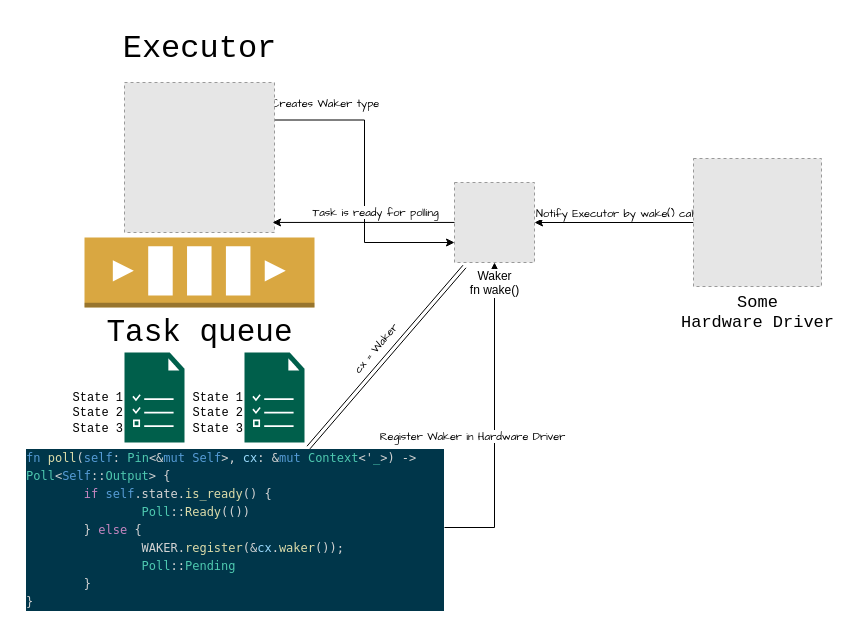
Before: executor.drawio in dimerz-tech/draw.io, a draw.io diagram. Source tidied: cells renumbered, new cells numbered last; positions are measured from the earlier drawing's top-left corner, leaving out a move shared by most shapes. Both pictures are drawn from the tidied source at 100%, with x=0, y=0 at pixel (24, 82). Pictures stored in the file or linked from it are replaced by grey dashed boxes.
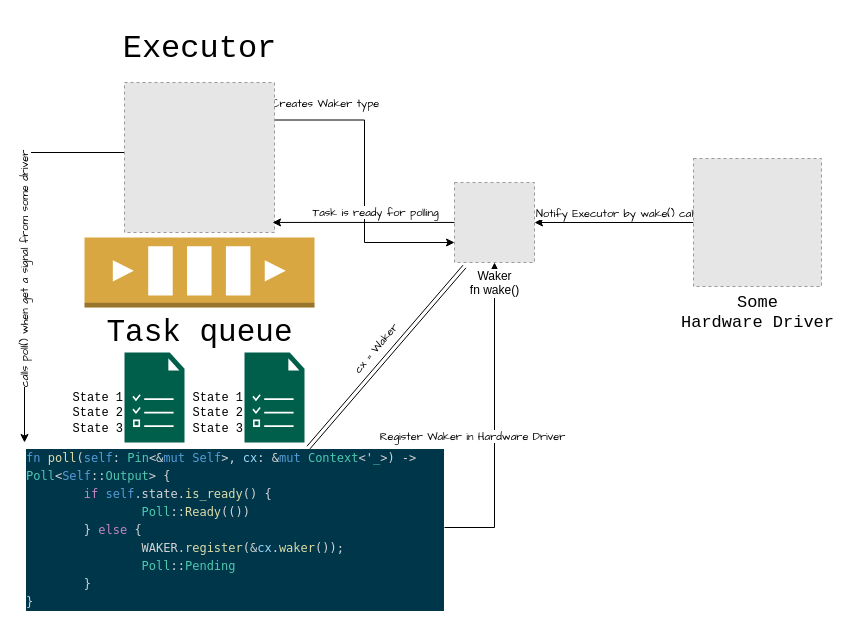
After the change.

The change refers to these unchanged cells:
```xml
<mxCell id="4" value="&lt;p&gt;&lt;font style=&quot;font-size: 32px;&quot; face=&quot;Courier New&quot;&gt;Executor&lt;/font&gt;&lt;/p&gt;" style="fillColor=#E6E6E6;strokeColor=#999999;dashed=1;html=1;verticalAlign=bottom;verticalLabelPosition=top;labelBackgroundColor=none;labelPosition=center;align=center;" parent="1" vertex="1">
  <mxGeometry x="100" width="150" height="150" as="geometry" />
</mxCell>
<mxCell id="14" value="&lt;div style=&quot;font-style: normal; font-variant-caps: normal; font-weight: normal; letter-spacing: normal; text-align: start; text-indent: 0px; text-transform: none; word-spacing: 0px; -webkit-text-stroke-width: 0px; text-decoration: none; color: rgb(212, 212, 212); font-family: Menlo, Monaco, &amp;quot;Courier New&amp;quot;, monospace; font-size: 12px; line-height: 18px;&quot;&gt;&lt;div&gt;&lt;span style=&quot;color: rgb(86, 156, 214);&quot;&gt;fn&lt;/span&gt;&lt;span style=&quot;color: rgb(212, 212, 212);&quot;&gt; &lt;/span&gt;&lt;span style=&quot;color: rgb(220, 220, 170);&quot;&gt;poll&lt;/span&gt;&lt;span style=&quot;color: rgb(212, 212, 212);&quot;&gt;(&lt;/span&gt;&lt;span style=&quot;color: rgb(86, 156, 214);&quot;&gt;self&lt;/span&gt;&lt;span style=&quot;color: rgb(212, 212, 212);&quot;&gt;: &lt;/span&gt;&lt;span style=&quot;color: rgb(78, 201, 176);&quot;&gt;Pin&lt;/span&gt;&lt;span style=&quot;color: rgb(212, 212, 212);&quot;&gt;&amp;lt;&amp;amp;&lt;/span&gt;&lt;span style=&quot;color: rgb(86, 156, 214);&quot;&gt;mut&lt;/span&gt;&lt;span style=&quot;color: rgb(212, 212, 212);&quot;&gt; &lt;/span&gt;&lt;span style=&quot;color: rgb(86, 156, 214);&quot;&gt;Self&lt;/span&gt;&lt;span style=&quot;color: rgb(212, 212, 212);&quot;&gt;&amp;gt;, &lt;/span&gt;&lt;span style=&quot;color: rgb(156, 220, 254);&quot;&gt;cx&lt;/span&gt;&lt;span style=&quot;color: rgb(212, 212, 212);&quot;&gt;: &amp;amp;&lt;/span&gt;&lt;span style=&quot;color: rgb(86, 156, 214);&quot;&gt;mut&lt;/span&gt;&lt;span style=&quot;color: rgb(212, 212, 212);&quot;&gt; &lt;/span&gt;&lt;span style=&quot;color: rgb(78, 201, 176);&quot;&gt;Context&lt;/span&gt;&lt;span style=&quot;color: rgb(212, 212, 212);&quot;&gt;&amp;lt;'&lt;/span&gt;&lt;span style=&quot;color: rgb(78, 201, 176);&quot;&gt;_&lt;/span&gt;&lt;span style=&quot;color: rgb(212, 212, 212);&quot;&gt;&amp;gt;) -&amp;gt; &lt;/span&gt;&lt;span style=&quot;color: rgb(78, 201, 176);&quot;&gt;Poll&lt;/span&gt;&lt;span style=&quot;color: rgb(212, 212, 212);&quot;&gt;&amp;lt;&lt;/span&gt;&lt;span style=&quot;color: rgb(86, 156, 214);&quot;&gt;Self&lt;/span&gt;&lt;span style=&quot;color: rgb(212, 212, 212);&quot;&gt;::&lt;/span&gt;&lt;span style=&quot;color: rgb(78, 201, 176);&quot;&gt;Output&lt;/span&gt;&lt;span style=&quot;color: rgb(212, 212, 212);&quot;&gt;&amp;gt; {&lt;/span&gt;&lt;/div&gt;&lt;div&gt;&lt;span style=&quot;color: rgb(212, 212, 212);&quot;&gt;        &lt;/span&gt;&lt;span style=&quot;color: rgb(197, 134, 192);&quot;&gt;&lt;span style=&quot;white-space: pre;&quot;&gt;&#9;&lt;/span&gt;if&lt;/span&gt;&lt;span style=&quot;color: rgb(212, 212, 212);&quot;&gt; &lt;/span&gt;&lt;span style=&quot;color: rgb(86, 156, 214);&quot;&gt;self&lt;/span&gt;&lt;span style=&quot;color: rgb(212, 212, 212);&quot;&gt;.state.&lt;/span&gt;&lt;span style=&quot;color: rgb(220, 220, 170);&quot;&gt;is_ready&lt;/span&gt;&lt;span style=&quot;color: rgb(212, 212, 212);&quot;&gt;() {&lt;/span&gt;&lt;/div&gt;&lt;div&gt;&lt;span style=&quot;color: rgb(212, 212, 212);&quot;&gt;            &lt;/span&gt;&lt;span style=&quot;color: rgb(78, 201, 176);&quot;&gt;&lt;span style=&quot;white-space: pre;&quot;&gt;&#9;&lt;span style=&quot;white-space: pre;&quot;&gt;&#9;&lt;/span&gt;&lt;/span&gt;Poll&lt;/span&gt;&lt;span style=&quot;color: rgb(212, 212, 212);&quot;&gt;::&lt;/span&gt;&lt;span style=&quot;color: rgb(220, 220, 170);&quot;&gt;Ready&lt;/span&gt;&lt;span style=&quot;color: rgb(212, 212, 212);&quot;&gt;(())&lt;/span&gt;&lt;/div&gt;&lt;div&gt;&lt;span style=&quot;color: rgb(212, 212, 212);&quot;&gt;        &lt;span style=&quot;white-space: pre;&quot;&gt;&#9;&lt;/span&gt;} &lt;/span&gt;&lt;span style=&quot;color: rgb(197, 134, 192);&quot;&gt;else&lt;/span&gt;&lt;span style=&quot;color: rgb(212, 212, 212);&quot;&gt; {&lt;/span&gt;&lt;/div&gt;&lt;div&gt;&lt;span style=&quot;color: rgb(212, 212, 212);&quot;&gt;            &lt;span style=&quot;white-space: pre;&quot;&gt;&#9;&lt;span style=&quot;white-space: pre;&quot;&gt;&#9;&lt;/span&gt;&lt;/span&gt;WAKER.&lt;/span&gt;&lt;span style=&quot;color: rgb(220, 220, 170);&quot;&gt;register&lt;/span&gt;&lt;span style=&quot;color: rgb(212, 212, 212);&quot;&gt;(&amp;amp;&lt;/span&gt;&lt;span style=&quot;color: rgb(156, 220, 254);&quot;&gt;cx&lt;/span&gt;&lt;span style=&quot;color: rgb(212, 212, 212);&quot;&gt;.&lt;/span&gt;&lt;span style=&quot;color: rgb(220, 220, 170);&quot;&gt;waker&lt;/span&gt;&lt;span style=&quot;color: rgb(212, 212, 212);&quot;&gt;());&lt;/span&gt;&lt;/div&gt;&lt;div&gt;&lt;span style=&quot;color: rgb(212, 212, 212);&quot;&gt;            &lt;/span&gt;&lt;span style=&quot;color: rgb(78, 201, 176);&quot;&gt;&lt;span style=&quot;white-space: pre;&quot;&gt;&#9;&lt;span style=&quot;white-space: pre;&quot;&gt;&#9;&lt;/span&gt;&lt;/span&gt;Poll&lt;/span&gt;&lt;span style=&quot;color: rgb(212, 212, 212);&quot;&gt;::&lt;/span&gt;&lt;span style=&quot;color: rgb(78, 201, 176);&quot;&gt;Pending&lt;/span&gt;&lt;/div&gt;&lt;div&gt;&lt;span style=&quot;color: rgb(212, 212, 212);&quot;&gt;        &lt;span style=&quot;white-space: pre;&quot;&gt;&#9;&lt;/span&gt;}&lt;/span&gt;&lt;/div&gt;&lt;div&gt;&lt;span style=&quot;color: rgb(212, 212, 212);&quot;&gt;    }&lt;/span&gt;&lt;/div&gt;&lt;/div&gt;" style="text;whiteSpace=wrap;html=1;labelBackgroundColor=#00364a;" parent="1" vertex="1">
  <mxGeometry y="360" width="420" height="170" as="geometry" />
</mxCell>
```

Change to the diagram source:
```diff
@@
+    <mxCell id="19" style="edgeStyle=orthogonalEdgeStyle;rounded=0;jettySize=auto;html=1;entryX=0;entryY=0;entryDx=0;entryDy=0;" parent="1" edge="1" source="4" target="14">
+      <mxGeometry relative="1" as="geometry">
+        <Array as="points">
+          <mxPoint y="70" />
+        </Array>
+      </mxGeometry>
+    </mxCell>
+    <mxCell id="20" value="calls poll() when get a signal from some driver" style="edgeLabel;html=1;align=center;verticalAlign=middle;fontFamily=Comic Sans MS;rotation=-90;" parent="19" vertex="1">
+      <mxGeometry x="0.12" y="-1" relative="1" as="geometry" />
+    </mxCell>
```
